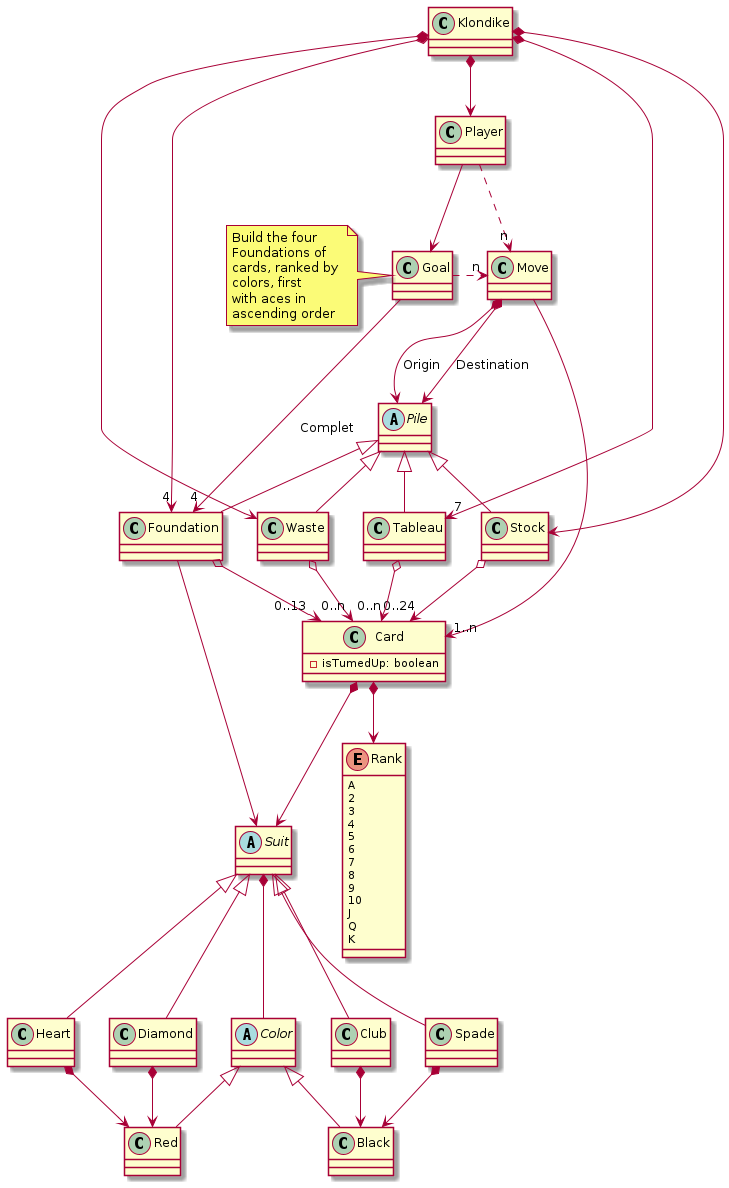
USantaTecla-ed-mpds/lab-dijkstra keeps this PlantUML diagram as tech-plantuml/game-klondike/semanaActual/docs/images/Vocabulary.png. Above is the earlier version.
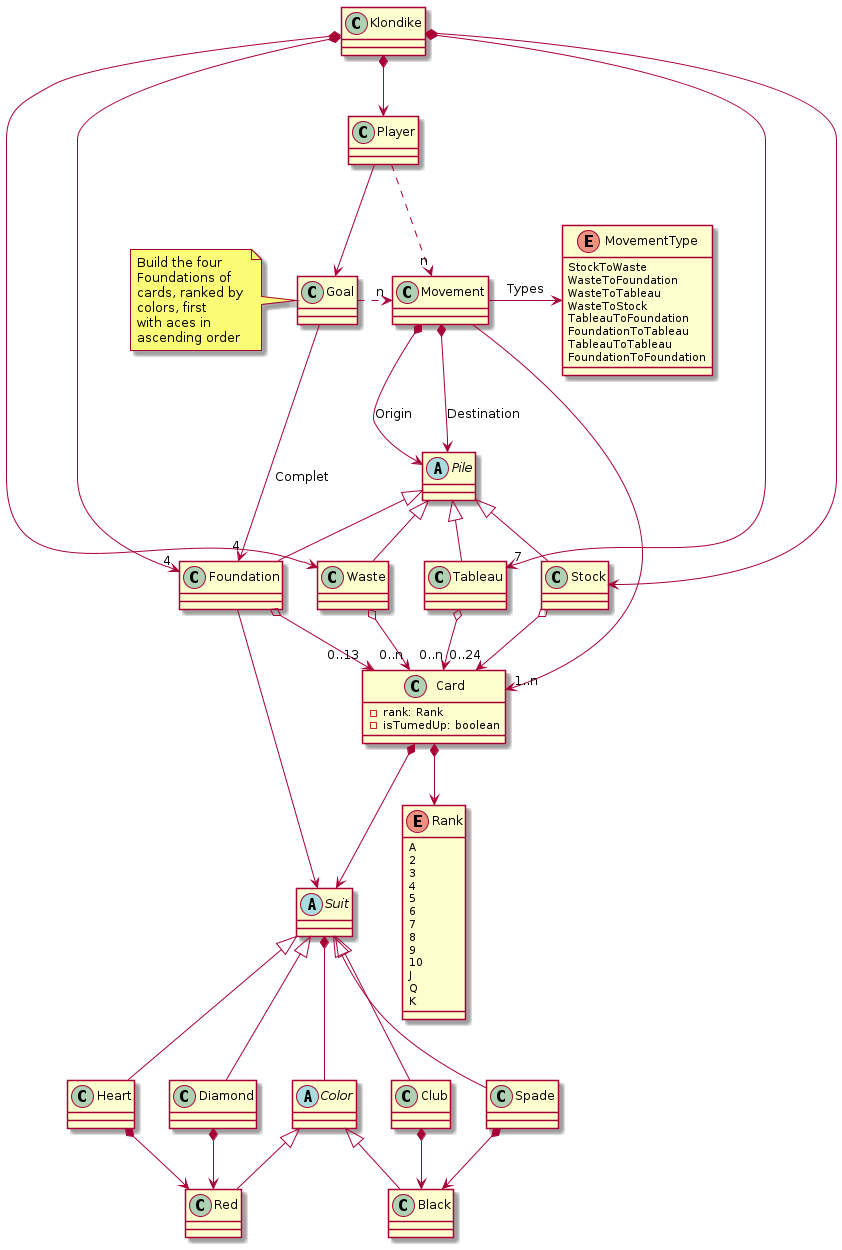
After the change.

Commit message:
Actualizaciòn de diagramas

Diff of the diagram source:
```diff
@@ -3,7 +3,7 @@
 
 class Klondike
 class Player
-class Move
+class Movement
 class Goal
 note left
 Build the four
@@ -18,6 +18,7 @@
 class Foundation
 class Card
 {
+ - rank: Rank
  - isTumedUp: boolean
 }
 class Stock
@@ -47,6 +48,17 @@
 class Heart
 class Red
 Class Black
+Enum MovementType
+{
+  StockToWaste
+  WasteToFoundation
+  WasteToTableau
+  WasteToStock
+  TableauToFoundation
+  FoundationToTableau
+  TableauToTableau
+  FoundationToFoundation
+}
 
 Klondike *-down-> "4" Foundation
 Klondike *-down->  Player
@@ -56,14 +68,14 @@
 
 
 Player -down-> Goal
-Player .down.> "n" Move
+Player .down.> "n" Movement
 
-Move -down-> "1..n" Card
-Move *-down-> Pile : Origin
-Move *-down-> Pile : Destination
+Movement -down-> "1..n" Card
+Movement *-down-> Pile : Origin
+Movement *-down-> Pile : Destination
 
 Goal -down-> "4" Foundation : Complet
-Goal -.-right-> "n" Move
+Goal -.-right-> "n" Movement
 
 Pile <|-down- Foundation
 Pile <|-down-  Stock
@@ -93,4 +105,6 @@
 Stock o-down-> "0..24" Card
 Tableau o-down-> "0..n" Card
 Waste o-down-> "0..n" Card
+
+Movement -right-> MovementType :Types
 @enduml
```
